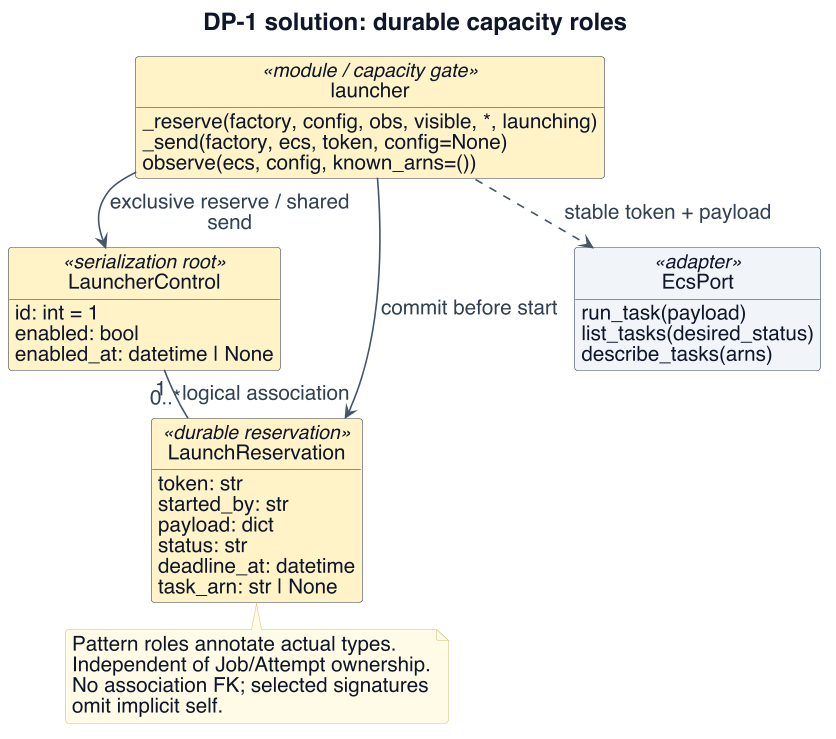
This is project-documentation/final-report/figures/dp1-solution-class.png from Collaboration95/dc2, a PlantUML export, as it was before one commit.
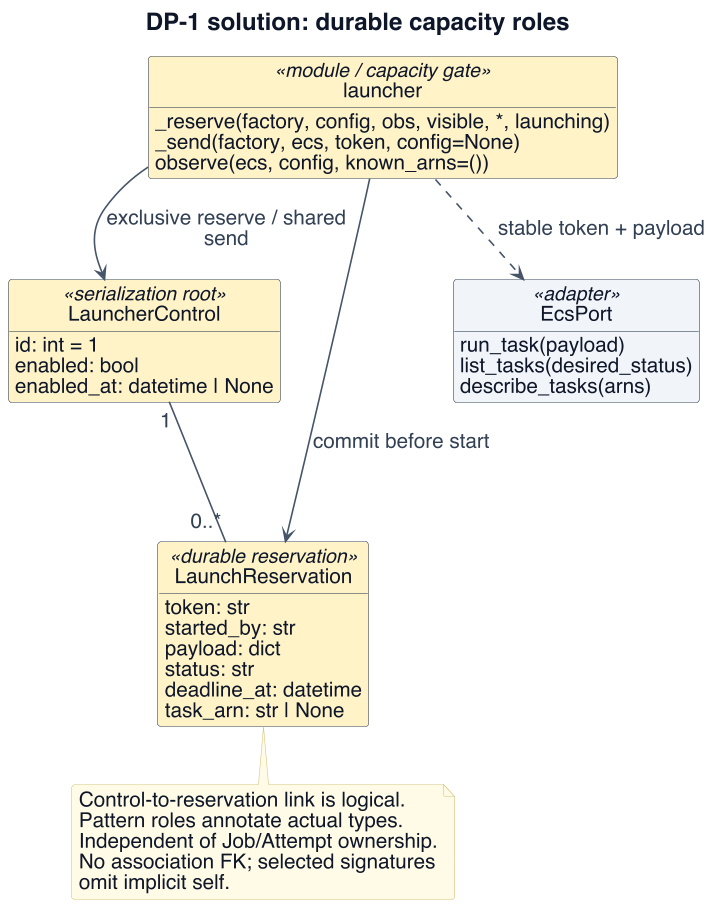
The same diagram one commit later.

What changed in the source:
```diff
@@ -8,8 +8,8 @@
 skinparam titleFontSize 21
 skinparam BoxPadding 8
 skinparam maxMessageSize 230
-skinparam nodesep 22
-skinparam ranksep 22
+skinparam nodesep 40
+skinparam ranksep 50
 skinparam sequenceMessageAlign left
 hide footbox
 hide circle
@@ -40,9 +40,10 @@
 }
 l --> LauncherControl : exclusive reserve / shared send
 l --> LaunchReservation : commit before start
-LauncherControl "1" -- "0..*" LaunchReservation : logical association
+LauncherControl "1" --- "0..*" LaunchReservation
 l ..> EcsPort : stable token + payload
 note bottom of LaunchReservation
+ Control-to-reservation link is logical.
  Pattern roles annotate actual types.
  Independent of Job/Attempt ownership.
  No association FK; selected signatures
```
